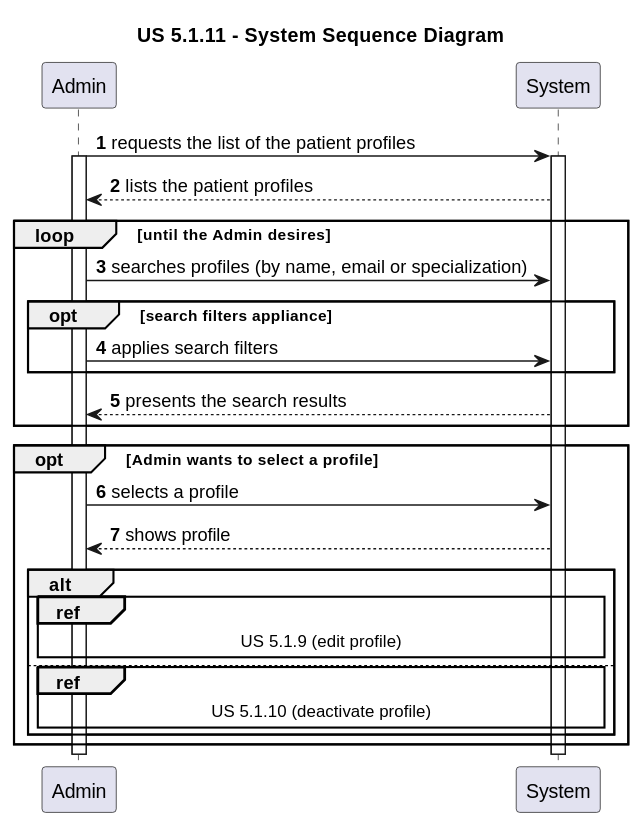
Before: docs/sprint-1/us-5.1.11/diagrams/SSD/us_5.1.11_system_sequence_diagram.svg, a diagram exported from PlantUML (rita-barbosa/LAPR5-2425). Source of this version:
```plantuml
@startuml

title "US 5.1.11 - System Sequence Diagram"

autonumber

participant Admin as ADM
participant System as SYS

ADM -> SYS : requests the list of the patient profiles
activate ADM
activate SYS

SYS --> ADM : lists the patient profiles

    loop until the Admin desires
    ADM -> SYS : searches profiles (by name, email or specialization)

        opt search filters appliance
        ADM -> SYS : applies search filters
        end opt

    SYS --> ADM : presents the search results
    end loop

    opt Admin wants to select a profile

    ADM -> SYS : selects a profile
    SYS --> ADM : shows profile

        alt

        ref over ADM, SYS : US 5.1.9 (edit profile)

        else

            ref over ADM, SYS : US 5.1.10 (deactivate profile)

        end alt

    end opt

autonumber stop

deactivate ADM
deactivate SYS
@enduml
```
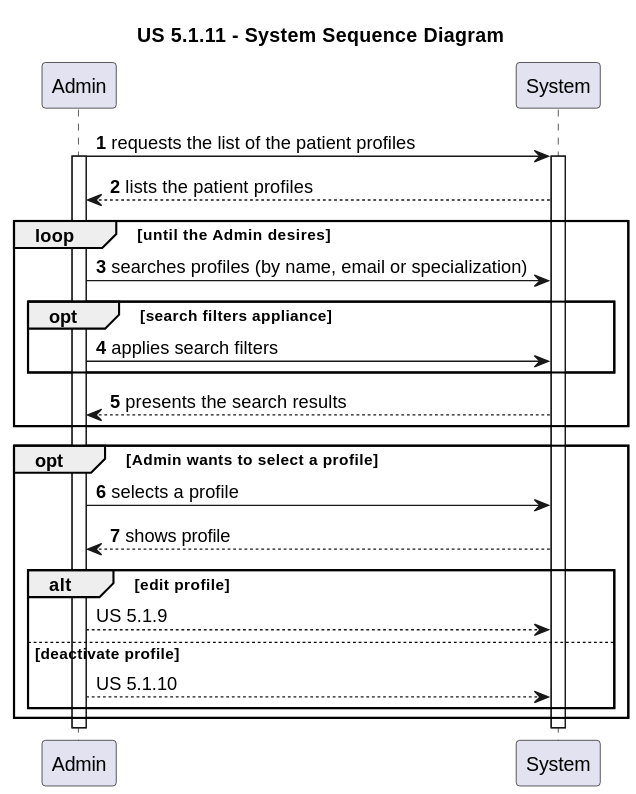
Later version of the same file.

What changed in the source:
```diff
@@ -28,13 +28,14 @@
     ADM -> SYS : selects a profile
     SYS --> ADM : shows profile
 
-        alt
+autonumber stop
+        alt edit profile
 
-        ref over ADM, SYS : US 5.1.9 (edit profile)
+        ADM --> SYS : US 5.1.9
 
-        else
+        else deactivate profile
 
-            ref over ADM, SYS : US 5.1.10 (deactivate profile)
+            ADM --> SYS : US 5.1.10
 
         end alt
 
```
